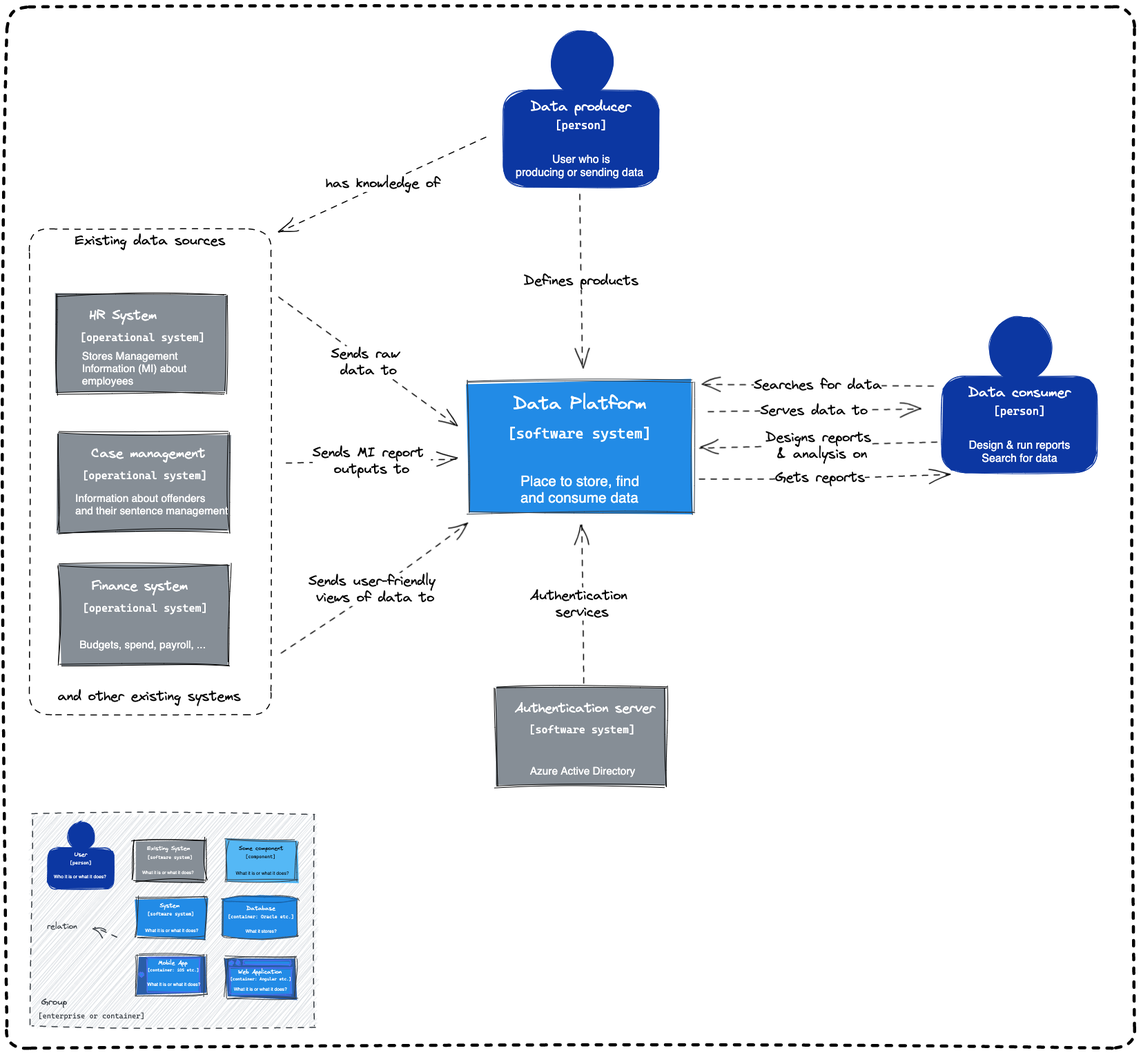
This is docs/source/documentation/diagrams/c4-model-level1.excalidraw.png from ministryofjustice/analytical-platform, a Excalidraw export, as it was before one commit. Source tidied: one line per element, renumbered; positions are measured from the earlier drawing's top-left corner, leaving out a move shared by most shapes.
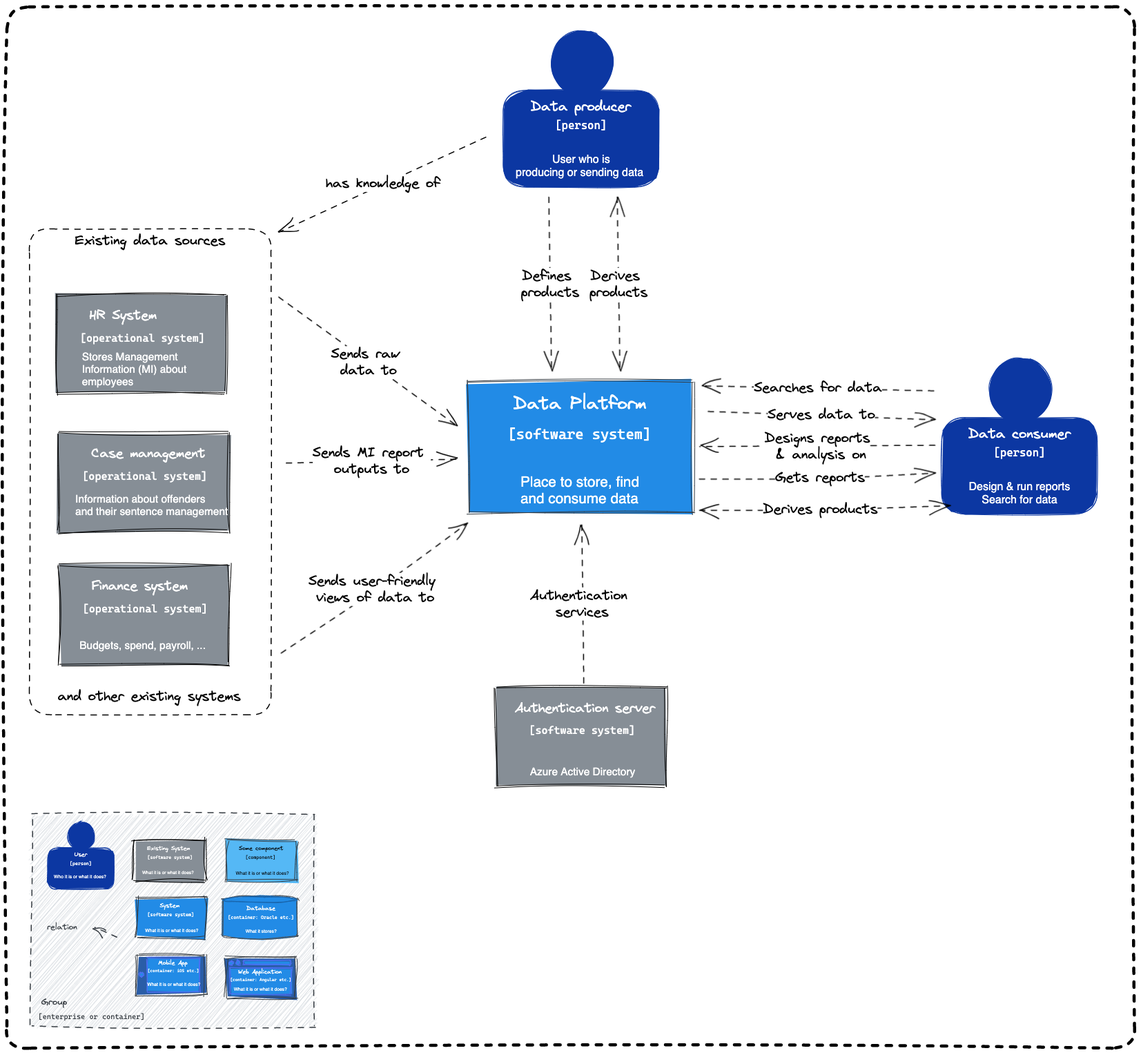
After the commit.

Commit message:
add derived data to both users

The edit, as a diff of the source:
```diff
@@ -48,8 +48,8 @@
 {"id": 47, "type": "text", "text": "[operational system]", "strokeColor": "#fff", "backgroundColor": "#55b8f5", "fillStyle": "solid", "strokeWidth": 1, "roughness": 1, "fontSize": 15.43, "fontFamily": 3, "textAlign": "center", "x": 109, "y": 670, "width": 181, "height": 18}
 {"id": 48, "type": "arrow", "strokeColor": "#000000", "strokeWidth": 1, "strokeStyle": "dashed", "roughness": 1, "endArrowhead": "arrow", "round": true, "from": 53, "to": 84, "x": 695, "y": 189, "width": 301, "height": 136, "points": [[0, 0], [-301, 136]]}
 {"id": 49, "type": "text", "text": "has knowledge of", "strokeColor": "#000000", "strokeWidth": 1, "strokeStyle": "dashed", "roughness": 1, "fontSize": 20, "fontFamily": 1, "textAlign": "center", "verticalAlign": "middle", "inside": 48, "x": 462, "y": 244, "width": 166, "height": 24}
-{"id": 50, "type": "arrow", "strokeColor": "#000000", "strokeWidth": 1, "strokeStyle": "dashed", "roughness": 1, "endArrowhead": "arrow", "round": true, "from": 53, "to": 41, "x": 830, "y": 271, "width": 4, "height": 252, "points": [[0, 0], [4, 252]]}
+{"id": 50, "type": "arrow", "strokeColor": "#000000", "strokeWidth": 1, "strokeStyle": "dashed", "roughness": 1, "endArrowhead": "arrow", "round": true, "from": 53, "to": 41, "x": 785, "y": 276, "width": 4, "height": 252, "points": [[0, 0], [4, 252]]}
-{"id": 51, "type": "text", "text": "Defines products", "strokeColor": "#000000", "strokeWidth": 1, "strokeStyle": "dashed", "roughness": 1, "fontSize": 20, "fontFamily": 1, "textAlign": "center", "verticalAlign": "middle", "inside": 50, "x": 749, "y": 385, "width": 166, "height": 24}
+{"id": 51, "type": "text", "text": "Defines \nproducts", "strokeColor": "#000000", "strokeWidth": 1, "strokeStyle": "dashed", "roughness": 1, "fontSize": 20, "fontFamily": 1, "textAlign": "center", "verticalAlign": "middle", "inside": 50, "x": 745, "y": 378, "width": 84, "height": 48}
 {"id": 52, "type": "ellipse", "strokeColor": "#0c37a2", "backgroundColor": "#0c37a2", "fillStyle": "solid", "strokeWidth": 1, "roughness": 1, "x": 788, "y": 34, "width": 90, "height": 95}
 {"id": 53, "type": "rectangle", "strokeColor": "#0c37a2", "backgroundColor": "#0c37a2", "fillStyle": "solid", "strokeWidth": 1, "roughness": 1, "round": true, "x": 719, "y": 121, "width": 225, "height": 140}
 {"id": 54, "type": "text", "text": "Data producer", "strokeColor": "#fff", "backgroundColor": "#0c37a2", "fillStyle": "solid", "strokeWidth": 1, "roughness": 1, "fontSize": 20, "fontFamily": 1, "textAlign": "center", "x": 759, "y": 133, "width": 145, "height": 24}
@@ -69,14 +69,14 @@
 {"id": 68, "type": "text", "text": "Sends user-friendly \nviews of data to", "strokeColor": "#000000", "strokeWidth": 1, "roughness": 1, "fontSize": 20, "fontFamily": 1, "textAlign": "center", "verticalAlign": "middle", "inside": 67, "x": 437, "y": 820, "width": 194, "height": 48}
 {"id": 69, "type": "arrow", "strokeColor": "#000000", "strokeWidth": 1, "strokeStyle": "dashed", "roughness": 1, "endArrowhead": "arrow", "round": true, "from": 84, "to": 41, "x": 394, "y": 421, "width": 259, "height": 189, "points": [[0, 0], [259, 189]]}
 {"id": 70, "type": "text", "text": "Sends raw \ndata to", "strokeColor": "#000000", "strokeWidth": 1, "strokeStyle": "dashed", "roughness": 1, "fontSize": 20, "fontFamily": 1, "textAlign": "center", "verticalAlign": "middle", "inside": 69, "x": 470, "y": 491, "width": 109, "height": 48}
-{"id": 71, "type": "arrow", "strokeColor": "#000000", "strokeWidth": 1, "strokeStyle": "dashed", "roughness": 1, "endArrowhead": "arrow", "round": true, "from": 41, "to": 88, "x": 1016, "y": 588, "width": 307, "height": 6, "points": [[0, 0], [307, -6]]}
+{"id": 71, "type": "arrow", "strokeColor": "#000000", "strokeWidth": 1, "strokeStyle": "dashed", "roughness": 1, "endArrowhead": "arrow", "round": true, "from": 41, "to": 88, "x": 1016, "y": 586, "width": 328, "height": 10, "points": [[0, 0], [328, 10]]}
-{"id": 72, "type": "text", "text": "Serves data to", "strokeColor": "#000000", "strokeWidth": 1, "strokeStyle": "dashed", "roughness": 1, "fontSize": 20, "fontFamily": 1, "textAlign": "center", "verticalAlign": "middle", "inside": 71, "x": 1091, "y": 573, "width": 156, "height": 24}
+{"id": 72, "type": "text", "text": "Serves data to", "strokeColor": "#000000", "strokeWidth": 1, "strokeStyle": "dashed", "roughness": 1, "fontSize": 20, "fontFamily": 1, "textAlign": "center", "verticalAlign": "middle", "inside": 71, "x": 1091, "y": 553, "width": 156, "height": 24}
 {"id": 73, "type": "text", "text": "Information about offenders \nand their sentence management", "strokeColor": "#fff", "backgroundColor": "#55b8f5", "fillStyle": "solid", "strokeWidth": 1, "roughness": 1, "fontSize": 15.43, "fontFamily": 2, "x": 99, "y": 703, "width": 221, "height": 36}
-{"id": 74, "type": "arrow", "strokeColor": "#000000", "strokeWidth": 1, "strokeStyle": "dashed", "roughness": 1, "endArrowhead": "arrow", "round": true, "from": 88, "to": 41, "x": 1347, "y": 631, "width": 343, "height": 9, "points": [[0, 0], [-343, 9]]}
+{"id": 74, "type": "arrow", "strokeColor": "#000000", "strokeWidth": 1, "strokeStyle": "dashed", "roughness": 1, "endArrowhead": "arrow", "round": true, "from": 88, "to": 41, "x": 1344, "y": 636, "width": 340, "height": 2, "points": [[0, 0], [-340, 2]]}
-{"id": 75, "type": "text", "text": "Designs reports\n & analysis on", "strokeColor": "#000000", "strokeWidth": 1, "strokeStyle": "dashed", "roughness": 1, "fontSize": 20, "fontFamily": 1, "textAlign": "center", "verticalAlign": "middle", "inside": 74, "x": 1099, "y": 612, "width": 153, "height": 48}
+{"id": 75, "type": "text", "text": "Designs reports\n & analysis on", "strokeColor": "#000000", "strokeWidth": 1, "strokeStyle": "dashed", "roughness": 1, "fontSize": 20, "fontFamily": 1, "textAlign": "center", "verticalAlign": "middle", "inside": 74, "x": 1099, "y": 592, "width": 153, "height": 48}
-{"id": 76, "type": "arrow", "strokeColor": "#000000", "strokeWidth": 1, "strokeStyle": "dashed", "roughness": 1, "endArrowhead": "arrow", "round": true, "from": 41, "to": 88, "x": 1003, "y": 684, "width": 363, "height": 6, "points": [[0, 0], [175, -1], [363, -6]]}
+{"id": 76, "type": "arrow", "strokeColor": "#000000", "strokeWidth": 1, "strokeStyle": "dashed", "roughness": 1, "endArrowhead": "arrow", "round": true, "from": 41, "to": 88, "x": 1003, "y": 684, "width": 341, "height": 8, "points": [[0, 0], [175, -1], [341, -8]]}
 {"id": 77, "type": "text", "text": "Gets reports", "strokeColor": "#000000", "strokeWidth": 1, "strokeStyle": "dashed", "roughness": 1, "fontSize": 20, "fontFamily": 1, "textAlign": "center", "verticalAlign": "middle", "inside": 76, "x": 1113, "y": 670, "width": 130, "height": 24}
-{"id": 78, "type": "arrow", "strokeColor": "#000000", "strokeWidth": 1, "strokeStyle": "dashed", "roughness": 1, "endArrowhead": "arrow", "round": true, "from": 88, "to": 41, "x": 1343, "y": 549, "width": 337, "height": 2, "points": [[0, 0], [-337, -2]]}
+{"id": 78, "type": "arrow", "strokeColor": "#000000", "strokeWidth": 1, "strokeStyle": "dashed", "roughness": 1, "endArrowhead": "arrow", "round": true, "to": 41, "x": 1344, "y": 556, "width": 338, "height": 7, "points": [[0, 0], [-338, -7]]}
 {"id": 79, "type": "text", "text": "Searches for data", "strokeColor": "#000000", "strokeWidth": 1, "strokeStyle": "dashed", "roughness": 1, "fontSize": 20, "fontFamily": 1, "textAlign": "center", "verticalAlign": "middle", "inside": 78, "x": 1082, "y": 536, "width": 186, "height": 24}
 {"id": 80, "type": "arrow", "strokeColor": "#000000", "backgroundColor": "#ced4da", "fillStyle": "hachure", "strokeWidth": 1, "strokeStyle": "dashed", "roughness": 1, "endArrowhead": "arrow", "round": true, "from": 92, "to": 41, "x": 835, "y": 980, "width": 3, "height": 231, "points": [[0, 0], [-3, -231]]}
 {"id": 81, "type": "text", "text": "Authentication \nservices", "strokeColor": "#000000", "strokeWidth": 1, "roughness": 1, "fontSize": 20, "fontFamily": 1, "textAlign": "center", "verticalAlign": "middle", "inside": 80, "x": 758, "y": 841, "width": 151, "height": 48}
@@ -85,12 +85,16 @@
 {"id": 84, "type": "rectangle", "strokeColor": "#000000", "strokeWidth": 1, "strokeStyle": "dashed", "roughness": 1, "round": true, "x": 33, "y": 322, "width": 350, "height": 704}
 {"id": 85, "type": "text", "text": "Existing data sources", "strokeColor": "#000000", "strokeWidth": 1, "roughness": 1, "fontSize": 20, "fontFamily": 1, "textAlign": "center", "inside": 84, "x": 99, "y": 327, "width": 218, "height": 24}
 {"id": 86, "type": "text", "text": "and other existing systems", "strokeColor": "#000000", "strokeWidth": 1, "roughness": 1, "fontSize": 20, "fontFamily": 1, "textAlign": "center", "x": 74, "y": 987, "width": 265, "height": 24}
-{"id": 87, "type": "ellipse", "strokeColor": "#0c37a2", "backgroundColor": "#0c37a2", "fillStyle": "solid", "strokeWidth": 1, "roughness": 1, "x": 1424, "y": 448, "width": 90, "height": 95}
+{"id": 87, "type": "ellipse", "strokeColor": "#0c37a2", "backgroundColor": "#0c37a2", "fillStyle": "solid", "strokeWidth": 1, "roughness": 1, "x": 1424, "y": 508, "width": 90, "height": 95}
-{"id": 88, "type": "rectangle", "strokeColor": "#0c37a2", "backgroundColor": "#0c37a2", "fillStyle": "solid", "strokeWidth": 1, "roughness": 1, "round": true, "x": 1354, "y": 535, "width": 225, "height": 140}
+{"id": 88, "type": "rectangle", "strokeColor": "#0c37a2", "backgroundColor": "#0c37a2", "fillStyle": "solid", "strokeWidth": 1, "roughness": 1, "round": true, "x": 1354, "y": 595, "width": 225, "height": 140}
-{"id": 89, "type": "text", "text": "Data consumer", "strokeColor": "#fff", "backgroundColor": "#0c37a2", "fillStyle": "solid", "strokeWidth": 1, "roughness": 1, "fontSize": 20, "fontFamily": 1, "textAlign": "center", "x": 1393, "y": 547, "width": 148, "height": 24}
+{"id": 89, "type": "text", "text": "Data consumer", "strokeColor": "#fff", "backgroundColor": "#0c37a2", "fillStyle": "solid", "strokeWidth": 1, "roughness": 1, "fontSize": 20, "fontFamily": 1, "textAlign": "center", "x": 1393, "y": 607, "width": 148, "height": 24}
-{"id": 90, "type": "text", "text": "[person]", "strokeColor": "#fff", "backgroundColor": "#0c37a2", "fillStyle": "solid", "strokeWidth": 1, "roughness": 1, "fontSize": 16, "fontFamily": 3, "textAlign": "center", "x": 1429, "y": 576, "width": 75, "height": 19}
+{"id": 90, "type": "text", "text": "[person]", "strokeColor": "#fff", "backgroundColor": "#0c37a2", "fillStyle": "solid", "strokeWidth": 1, "roughness": 1, "fontSize": 16, "fontFamily": 3, "textAlign": "center", "x": 1429, "y": 636, "width": 75, "height": 19}
-{"id": 91, "type": "text", "text": "Design & run reports\nSearch for data", "strokeColor": "#fff", "backgroundColor": "#0c37a2", "fillStyle": "solid", "strokeWidth": 1, "roughness": 1, "fontSize": 16, "fontFamily": 2, "textAlign": "center", "x": 1394, "y": 625, "width": 147, "height": 38}
+{"id": 91, "type": "text", "text": "Design & run reports\nSearch for data", "strokeColor": "#fff", "backgroundColor": "#0c37a2", "fillStyle": "solid", "strokeWidth": 1, "roughness": 1, "fontSize": 16, "fontFamily": 2, "textAlign": "center", "x": 1394, "y": 685, "width": 147, "height": 38}
 {"id": 92, "type": "rectangle", "strokeColor": "#000000", "backgroundColor": "#868e96", "fillStyle": "solid", "strokeWidth": 1, "roughness": 2, "x": 709, "y": 985, "width": 245, "height": 143}
 {"id": 93, "type": "text", "text": "Authentication server", "strokeColor": "#fff", "backgroundColor": "#55b8f5", "fillStyle": "solid", "strokeWidth": 1, "roughness": 1, "fontSize": 19.23, "fontFamily": 1, "x": 736, "y": 1005, "width": 203, "height": 23}
 {"id": 94, "type": "text", "text": "[software system]", "strokeColor": "#fff", "backgroundColor": "#55b8f5", "fillStyle": "solid", "strokeWidth": 1, "roughness": 1, "fontSize": 15.43, "fontFamily": 3, "textAlign": "center", "x": 756, "y": 1038, "width": 154, "height": 18}
 {"id": 95, "type": "text", "text": "Azure Active Directory", "strokeColor": "#fff", "backgroundColor": "#55b8f5", "fillStyle": "solid", "strokeWidth": 1, "roughness": 1, "fontSize": 15.43, "fontFamily": 2, "x": 758, "y": 1098, "width": 153, "height": 18}
+{"id": 96, "type": "arrow", "strokeColor": "#000000", "strokeWidth": 1, "strokeStyle": "dashed", "roughness": 1, "startArrowhead": "arrow", "endArrowhead": "arrow", "round": true, "from": 53, "to": 41, "x": 884, "y": 276, "width": 4, "height": 252, "points": [[0, 0], [4, 252]]}
+{"id": 97, "type": "text", "text": "Derives \nproducts", "strokeColor": "#000000", "strokeWidth": 1, "strokeStyle": "dashed", "roughness": 1, "fontSize": 20, "fontFamily": 1, "textAlign": "center", "verticalAlign": "middle", "inside": 96, "x": 844, "y": 378, "width": 84, "height": 48}
+{"id": 98, "type": "arrow", "strokeColor": "#000000", "strokeWidth": 1, "strokeStyle": "dashed", "roughness": 1, "startArrowhead": "arrow", "endArrowhead": "arrow", "round": true, "from": 41, "x": 1003, "y": 729, "width": 363, "height": 6, "points": [[0, 0], [175, -1], [363, -6]]}
+{"id": 99, "type": "text", "text": "Derives products", "strokeColor": "#000000", "strokeWidth": 1, "strokeStyle": "dashed", "roughness": 1, "fontSize": 20, "fontFamily": 1, "textAlign": "center", "verticalAlign": "middle", "inside": 98, "x": 1095, "y": 716, "width": 166, "height": 24}
```
